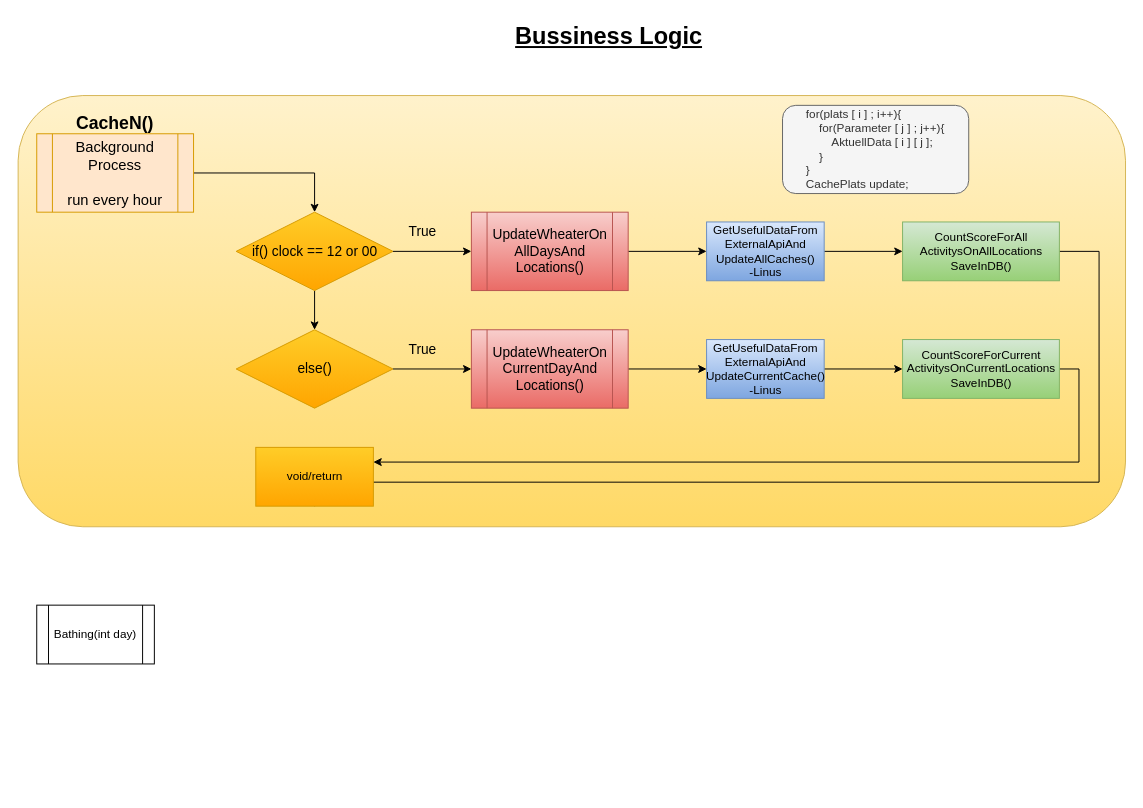
The draw.io diagram page "Bussiness Logic" (3 of 7) of System_översikt.drawio in deskavaenkelt/JavaEEuppgift, before the edit. Source tidied: cells renumbered, new cells numbered last; positions are measured from the earlier drawing's top-left corner, leaving out a move shared by most shapes. Both pictures are drawn from the tidied source at 98%, with x=0, y=0 at pixel (18, 17).
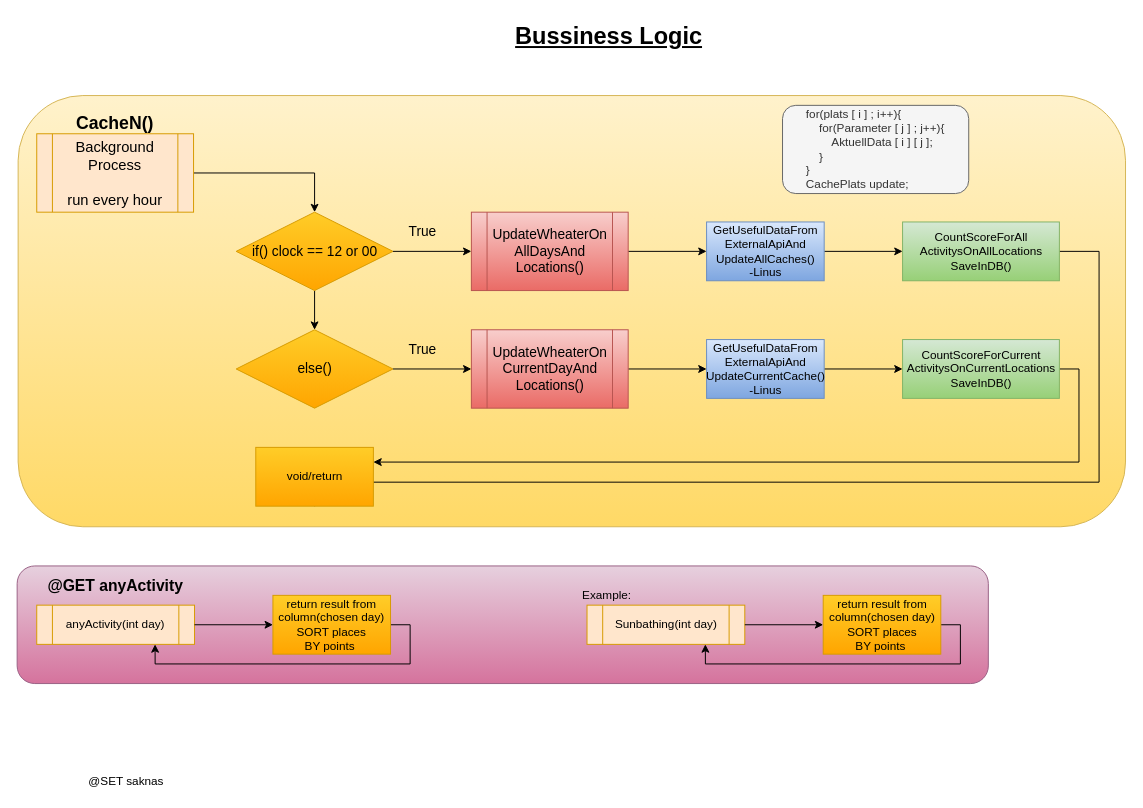
The same diagram, later.

Change to the diagram source:
```diff
@@
+    <mxCell id="30" style="rounded=1;whiteSpace=wrap;html=1;shadow=0;glass=0;comic=0;gradientColor=#d5739d;fillColor=#e6d0de;strokeColor=#996185;" parent="1" vertex="1">
+      <mxGeometry x="-1" y="560" width="991" height="120" as="geometry" />
+    </mxCell>
@@
+    <mxCell id="31" style="group;" parent="1" vertex="1">
+      <mxGeometry x="580.5" y="590" width="361" height="60" as="geometry" />
+    </mxCell>
-    <mxCell id="29" value="Bathing(int day)" style="shape=process;whiteSpace=wrap;html=1;backgroundOutline=1;rounded=0;shadow=0;glass=0;comic=0;" parent="1" vertex="1">
-      <mxGeometry x="19" y="600" width="120" height="60" as="geometry" />
+    <mxCell id="29" value="Sunbathing(int day)" style="shape=process;whiteSpace=wrap;html=1;backgroundOutline=1;rounded=0;shadow=0;glass=0;comic=0;fillColor=#ffe6cc;strokeColor=#d79b00;" parent="31" vertex="1">
+      <mxGeometry y="10" width="161" height="40" as="geometry" />
     </mxCell>
+    <mxCell id="32" style="edgeStyle=orthogonalEdgeStyle;rounded=0;jettySize=auto;html=1;exitX=1;exitY=0.5;exitDx=0;exitDy=0;entryX=0.75;entryY=1;entryDx=0;entryDy=0;startArrow=none;startFill=0;strokeColor=#000000;strokeWidth=1;" parent="31" edge="1" source="33" target="29">
+      <mxGeometry relative="1" as="geometry" />
+    </mxCell>
+    <mxCell id="33" value="return result from&lt;br&gt;column(chosen day)&lt;br&gt;SORT places&lt;br&gt;BY points&amp;nbsp;&lt;br&gt;" style="rounded=0;whiteSpace=wrap;html=1;shadow=0;glass=0;comic=0;fillColor=#ffcd28;strokeColor=#d79b00;gradientColor=#ffa500;" parent="31" vertex="1">
+      <mxGeometry x="241" width="120" height="60" as="geometry" />
+    </mxCell>
+    <mxCell id="34" style="edgeStyle=orthogonalEdgeStyle;rounded=0;jettySize=auto;html=1;exitX=1;exitY=0.5;exitDx=0;exitDy=0;entryX=0;entryY=0.5;entryDx=0;entryDy=0;startArrow=none;startFill=0;strokeColor=#000000;strokeWidth=1;" parent="31" edge="1" source="29" target="33">
+      <mxGeometry relative="1" as="geometry" />
+    </mxCell>
+    <mxCell id="35" style="group;" parent="1" vertex="1">
+      <mxGeometry x="19" y="590" width="361" height="60" as="geometry" />
+    </mxCell>
+    <mxCell id="36" value="anyActivity(int day)" style="shape=process;whiteSpace=wrap;html=1;backgroundOutline=1;rounded=0;shadow=0;glass=0;comic=0;fillColor=#ffe6cc;strokeColor=#d79b00;" parent="35" vertex="1">
+      <mxGeometry y="10" width="161" height="40" as="geometry" />
+    </mxCell>
+    <mxCell id="37" style="edgeStyle=orthogonalEdgeStyle;rounded=0;jettySize=auto;html=1;exitX=1;exitY=0.5;exitDx=0;exitDy=0;entryX=0.75;entryY=1;entryDx=0;entryDy=0;startArrow=none;startFill=0;strokeColor=#000000;strokeWidth=1;" parent="35" edge="1" source="38" target="36">
+      <mxGeometry relative="1" as="geometry" />
+    </mxCell>
+    <mxCell id="38" value="return result from&lt;br&gt;column(chosen day)&lt;br&gt;SORT places&lt;br&gt;BY points&amp;nbsp;&lt;br&gt;" style="rounded=0;whiteSpace=wrap;html=1;shadow=0;glass=0;comic=0;fillColor=#ffcd28;strokeColor=#d79b00;gradientColor=#ffa500;" parent="35" vertex="1">
+      <mxGeometry x="241" width="120" height="60" as="geometry" />
+    </mxCell>
+    <mxCell id="39" style="edgeStyle=orthogonalEdgeStyle;rounded=0;jettySize=auto;html=1;exitX=1;exitY=0.5;exitDx=0;exitDy=0;entryX=0;entryY=0.5;entryDx=0;entryDy=0;startArrow=none;startFill=0;strokeColor=#000000;strokeWidth=1;" parent="35" edge="1" source="36" target="38">
+      <mxGeometry relative="1" as="geometry" />
+    </mxCell>
+    <mxCell id="40" value="Example:" style="text;html=1;strokeColor=none;fillColor=none;align=center;verticalAlign=middle;whiteSpace=wrap;rounded=0;shadow=0;glass=0;comic=0;" parent="1" vertex="1">
+      <mxGeometry x="581" y="580" width="40" height="20" as="geometry" />
+    </mxCell>
+    <mxCell id="41" value="&lt;font style=&quot;font-size: 16px&quot;&gt;&lt;b&gt;@GET anyActivity&lt;/b&gt;&lt;/font&gt;" style="text;html=1;strokeColor=none;fillColor=none;align=center;verticalAlign=middle;whiteSpace=wrap;rounded=0;shadow=0;glass=0;comic=0;" parent="1" vertex="1">
+      <mxGeometry x="19" y="570" width="161" height="20" as="geometry" />
+    </mxCell>
+    <mxCell id="42" value="@SET saknas" style="text;html=1;strokeColor=none;fillColor=none;align=center;verticalAlign=middle;whiteSpace=wrap;rounded=0;shadow=0;glass=0;comic=0;" parent="1" vertex="1">
+      <mxGeometry x="60" y="770" width="101" height="20" as="geometry" />
+    </mxCell>
```
